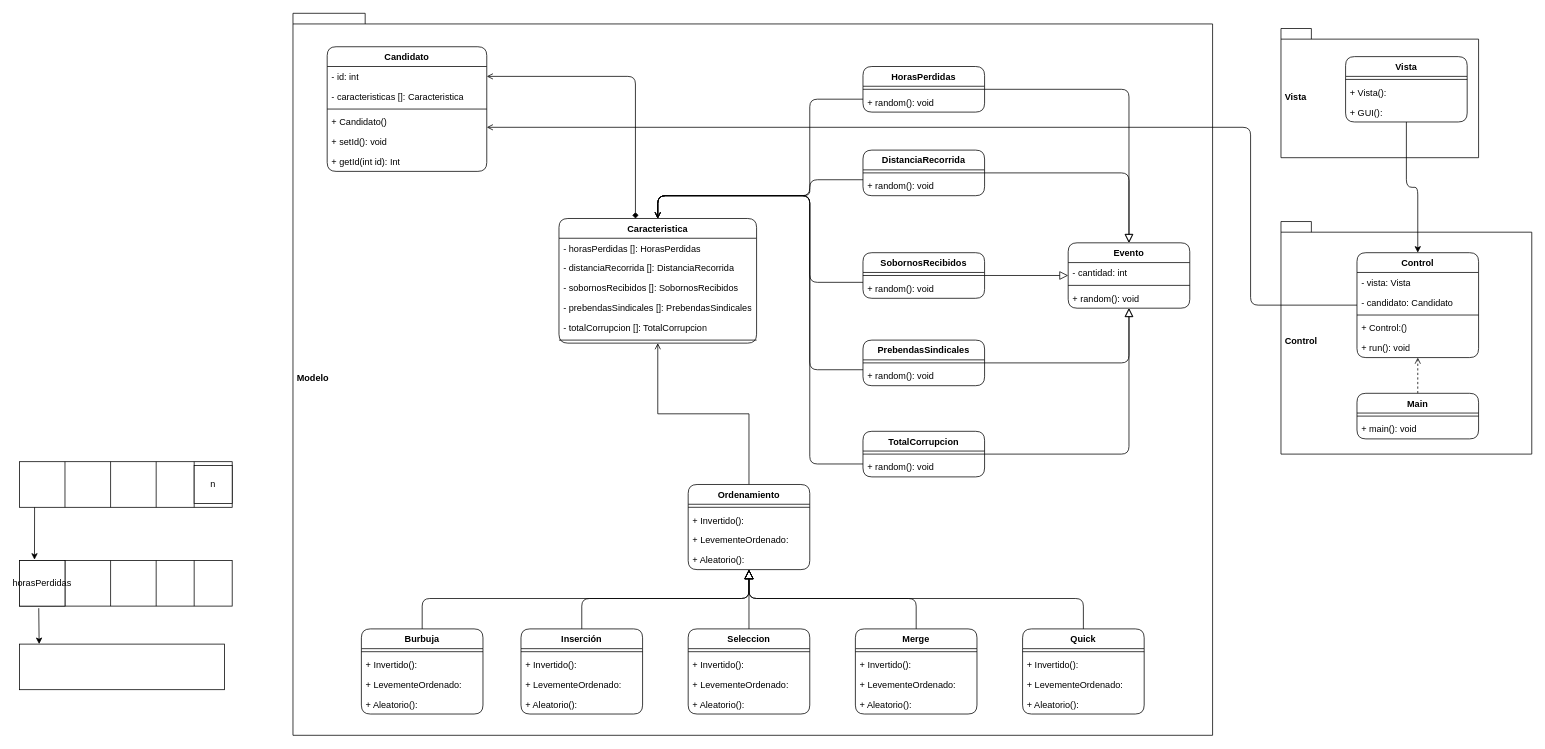
Above: Ciencias - GestionCandidatos.drawio in steven010705/GestionCandidatos (draw.io), before the change. Source tidied: cells renumbered, new cells numbered last; positions are measured from the earlier drawing's top-left corner, leaving out a move shared by most shapes. Both pictures are drawn from the tidied source at 76%, with x=0, y=0 at pixel (19, 13).
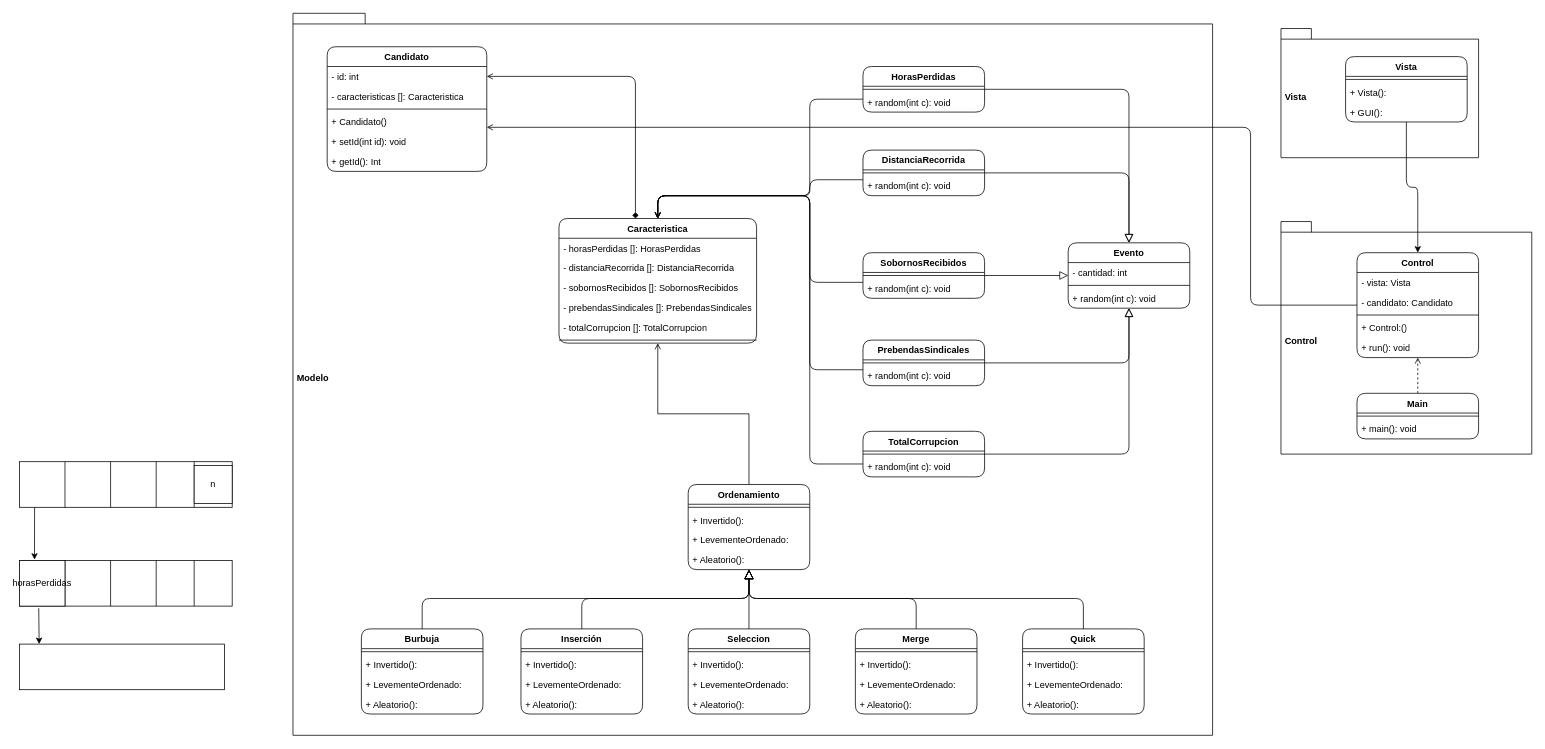
After the change.

The change refers to these unchanged cells:
```xml
<mxCell id="5" value="Candidato" style="swimlane;fontStyle=1;align=center;verticalAlign=top;horizontal=1;startSize=26;whiteSpace=wrap;html=1;rounded=1;" parent="1" vertex="1">
  <mxGeometry x="405" y="44" width="210" height="164" as="geometry" />
</mxCell>
<mxCell id="14" value="HorasPerdidas" style="swimlane;fontStyle=1;align=center;verticalAlign=top;horizontal=1;startSize=26;whiteSpace=wrap;html=1;rounded=1;" parent="1" vertex="1">
  <mxGeometry x="1110" y="70" width="160" height="60" as="geometry" />
</mxCell>
<mxCell id="38" value="DistanciaRecorrida" style="swimlane;fontStyle=1;align=center;verticalAlign=top;horizontal=1;startSize=26;whiteSpace=wrap;html=1;rounded=1;" parent="1" vertex="1">
  <mxGeometry x="1110" y="180" width="160" height="60" as="geometry" />
</mxCell>
<mxCell id="42" value="SobornosRecibidos" style="swimlane;fontStyle=1;align=center;verticalAlign=top;horizontal=1;startSize=26;whiteSpace=wrap;html=1;rounded=1;" parent="1" vertex="1">
  <mxGeometry x="1110" y="315" width="160" height="60" as="geometry" />
</mxCell>
<mxCell id="46" value="PrebendasSindicales" style="swimlane;fontStyle=1;align=center;verticalAlign=top;horizontal=1;startSize=26;whiteSpace=wrap;html=1;rounded=1;" parent="1" vertex="1">
  <mxGeometry x="1110" y="430" width="160" height="60" as="geometry" />
</mxCell>
<mxCell id="51" value="TotalCorrupcion" style="swimlane;fontStyle=1;align=center;verticalAlign=top;horizontal=1;startSize=26;whiteSpace=wrap;html=1;rounded=1;" parent="1" vertex="1">
  <mxGeometry x="1110" y="550" width="160" height="60" as="geometry" />
</mxCell>
<mxCell id="75" value="Evento" style="swimlane;fontStyle=1;align=center;verticalAlign=top;horizontal=1;startSize=26;whiteSpace=wrap;html=1;rounded=1;" parent="1" vertex="1">
  <mxGeometry x="1380" y="302" width="160" height="86" as="geometry" />
</mxCell>
```

What changed in the source:
```diff
@@
-    <mxCell id="10" value="+ setId(): void" style="text;strokeColor=none;fillColor=none;align=left;verticalAlign=top;spacingLeft=4;spacingRight=4;overflow=hidden;whiteSpace=wrap;html=1;" parent="5" vertex="1">
+    <mxCell id="10" value="+ setId(int id): void" style="text;strokeColor=none;fillColor=none;align=left;verticalAlign=top;spacingLeft=4;spacingRight=4;overflow=hidden;whiteSpace=wrap;html=1;" parent="5" vertex="1">
       <mxGeometry y="112" width="210" height="26" as="geometry" />
     </mxCell>
-    <mxCell id="11" value="+ getId(int id): Int" style="text;strokeColor=none;fillColor=none;align=left;verticalAlign=top;spacingLeft=4;spacingRight=4;overflow=hidden;whiteSpace=wrap;html=1;" parent="5" vertex="1">
+    <mxCell id="11" value="+ getId(): Int" style="text;strokeColor=none;fillColor=none;align=left;verticalAlign=top;spacingLeft=4;spacingRight=4;overflow=hidden;whiteSpace=wrap;html=1;" parent="5" vertex="1">
       <mxGeometry y="138" width="210" height="26" as="geometry" />
     </mxCell>
@@
-    <mxCell id="16" value="+ random(): void" style="text;strokeColor=none;fillColor=none;align=left;verticalAlign=top;spacingLeft=4;spacingRight=4;overflow=hidden;whiteSpace=wrap;html=1;" parent="14" vertex="1">
+    <mxCell id="16" value="+ random(int c): void" style="text;strokeColor=none;fillColor=none;align=left;verticalAlign=top;spacingLeft=4;spacingRight=4;overflow=hidden;whiteSpace=wrap;html=1;" parent="14" vertex="1">
       <mxGeometry y="34" width="160" height="26" as="geometry" />
     </mxCell>
@@
-    <mxCell id="40" value="+ random(): void" style="text;strokeColor=none;fillColor=none;align=left;verticalAlign=top;spacingLeft=4;spacingRight=4;overflow=hidden;whiteSpace=wrap;html=1;" parent="38" vertex="1">
+    <mxCell id="40" value="+ random(int c): void" style="text;strokeColor=none;fillColor=none;align=left;verticalAlign=top;spacingLeft=4;spacingRight=4;overflow=hidden;whiteSpace=wrap;html=1;" parent="38" vertex="1">
       <mxGeometry y="34" width="160" height="26" as="geometry" />
     </mxCell>
@@
-    <mxCell id="44" value="+ random(): void" style="text;strokeColor=none;fillColor=none;align=left;verticalAlign=top;spacingLeft=4;spacingRight=4;overflow=hidden;whiteSpace=wrap;html=1;" parent="42" vertex="1">
+    <mxCell id="44" value="+ random(int c): void" style="text;strokeColor=none;fillColor=none;align=left;verticalAlign=top;spacingLeft=4;spacingRight=4;overflow=hidden;whiteSpace=wrap;html=1;" parent="42" vertex="1">
       <mxGeometry y="34" width="160" height="26" as="geometry" />
     </mxCell>
@@
-    <mxCell id="48" value="+ random(): void" style="text;strokeColor=none;fillColor=none;align=left;verticalAlign=top;spacingLeft=4;spacingRight=4;overflow=hidden;whiteSpace=wrap;html=1;" parent="46" vertex="1">
+    <mxCell id="48" value="+ random(int c): void" style="text;strokeColor=none;fillColor=none;align=left;verticalAlign=top;spacingLeft=4;spacingRight=4;overflow=hidden;whiteSpace=wrap;html=1;" parent="46" vertex="1">
       <mxGeometry y="34" width="160" height="26" as="geometry" />
     </mxCell>
@@
-    <mxCell id="53" value="+ random(): void" style="text;strokeColor=none;fillColor=none;align=left;verticalAlign=top;spacingLeft=4;spacingRight=4;overflow=hidden;whiteSpace=wrap;html=1;" parent="51" vertex="1">
+    <mxCell id="53" value="+ random(int c): void" style="text;strokeColor=none;fillColor=none;align=left;verticalAlign=top;spacingLeft=4;spacingRight=4;overflow=hidden;whiteSpace=wrap;html=1;" parent="51" vertex="1">
       <mxGeometry y="34" width="160" height="26" as="geometry" />
     </mxCell>
@@
-    <mxCell id="78" value="+ random(): void" style="text;strokeColor=none;fillColor=none;align=left;verticalAlign=top;spacingLeft=4;spacingRight=4;overflow=hidden;whiteSpace=wrap;html=1;" parent="75" vertex="1">
+    <mxCell id="78" value="+ random(int c): void" style="text;strokeColor=none;fillColor=none;align=left;verticalAlign=top;spacingLeft=4;spacingRight=4;overflow=hidden;whiteSpace=wrap;html=1;" parent="75" vertex="1">
       <mxGeometry y="60" width="160" height="26" as="geometry" />
     </mxCell>
```
